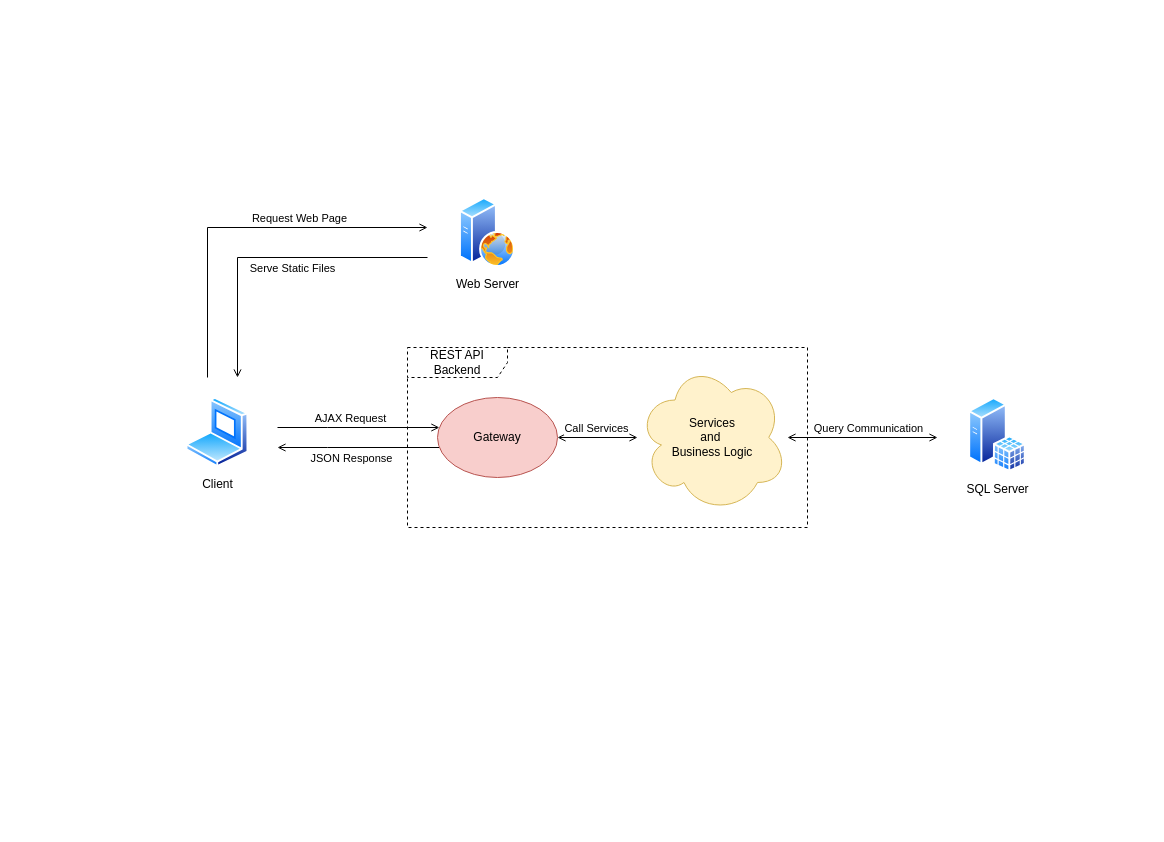
This is docs/Diagrams/SystemArchitecture.drawio from AlekseiTovkachev/shukersal-deal, a draw.io file, before an edit. Source tidied: cells renumbered, new cells numbered last; positions are measured from the earlier drawing's top-left corner, leaving out a move shared by most shapes. Both pictures are drawn from the tidied source at 100%, with x=0, y=0 at pixel (157, 187).
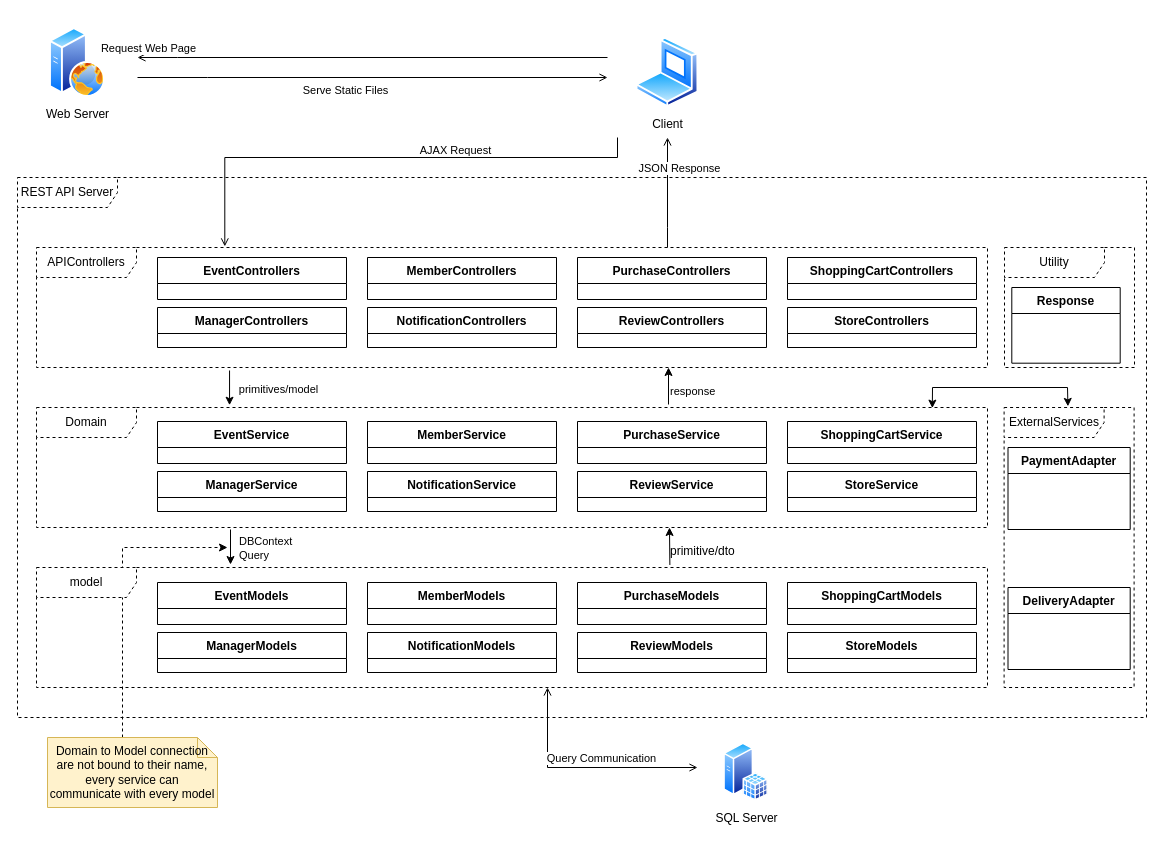
The same diagram, later.

Commit message (it also covers changes not shown here):
updated system architecture diagram

The change refers to these unchanged cells:
```xml
<mxCell id="3" style="rounded=0;whiteSpace=wrap;html=1;strokeColor=none;" parent="2" vertex="1">
  <mxGeometry width="120" height="120" as="geometry" />
</mxCell>
<mxCell id="6" style="rounded=0;whiteSpace=wrap;html=1;strokeColor=none;" parent="5" vertex="1">
  <mxGeometry width="120" height="120" as="geometry" />
</mxCell>
```

What changed in the source:
```diff
@@
     <mxCell id="2" style="group;strokeColor=none;" parent="1" vertex="1">
-      <mxGeometry y="190" width="120" height="120" as="geometry" />
+      <mxGeometry x="450" y="-170" width="120" height="120" as="geometry" />
     </mxCell>
@@
     <mxCell id="5" style="group;" parent="1" vertex="1">
-      <mxGeometry x="270" width="120" height="120" as="geometry" />
+      <mxGeometry x="-140" y="-170" width="120" height="120" as="geometry" />
     </mxCell>
@@
     <mxCell id="8" style="edgeStyle=orthogonalEdgeStyle;rounded=0;jettySize=auto;html=1;endArrow=open;endFill=0;" parent="1" edge="1" source="6" target="3">
       <mxGeometry relative="1" as="geometry">
         <Array as="points">
-          <mxPoint x="80" y="70" />
+          <mxPoint x="50" y="-110" />
+          <mxPoint x="50" y="-110" />
         </Array>
       </mxGeometry>
     </mxCell>
@@
     <mxCell id="10" style="edgeStyle=orthogonalEdgeStyle;rounded=0;jettySize=auto;html=1;endArrow=open;endFill=0;" parent="1" edge="1" source="3" target="6">
       <mxGeometry relative="1" as="geometry">
         <Array as="points">
-          <mxPoint x="50" y="40" />
+          <mxPoint x="20" y="-130" />
+          <mxPoint x="20" y="-130" />
         </Array>
       </mxGeometry>
     </mxCell>
@@
-    <mxCell id="12" style="edgeStyle=orthogonalEdgeStyle;rounded=0;jettySize=auto;html=1;startArrow=open;startFill=0;endArrow=open;endFill=0;" parent="1" edge="1" source="23" target="15">
-      <mxGeometry relative="1" as="geometry" />
+    <mxCell id="12" style="edgeStyle=orthogonalEdgeStyle;rounded=0;jettySize=auto;html=1;startArrow=open;startFill=0;endArrow=open;endFill=0;" parent="1" edge="1" target="15">
+      <mxGeometry relative="1" as="geometry">
+        <mxPoint x="390" y="500" as="sourcePoint" />
+        <Array as="points">
+          <mxPoint x="390" y="580" />
+        </Array>
+      </mxGeometry>
     </mxCell>
@@
-    <mxCell id="14" style="group;" parent="1" vertex="1">
-      <mxGeometry x="780" y="190" width="120" height="120" as="geometry" />
+    <mxCell id="14" style="group;flipV=1;" parent="1" vertex="1">
+      <mxGeometry x="540" y="540" width="101" height="93" as="geometry" />
     </mxCell>
     <mxCell id="15" style="rounded=0;whiteSpace=wrap;html=1;strokeColor=none;" parent="14" vertex="1">
-      <mxGeometry width="120" height="120" as="geometry" />
+      <mxGeometry width="101" height="93" as="geometry" />
     </mxCell>
     <mxCell id="16" value="SQL Server" style="image;perimeter=ellipsePerimeter;html=1;align=center;shadow=0;dashed=0;spacingTop=3;image=img/lib/active_directory/sql_server.svg;" parent="14" vertex="1">
-      <mxGeometry x="31.1" y="20" width="57.8" height="75" as="geometry" />
+      <mxGeometry x="26.2" y="15.5" width="44.8" height="58.1" as="geometry" />
     </mxCell>
-    <mxCell id="17" style="edgeStyle=orthogonalEdgeStyle;rounded=0;jettySize=auto;html=1;endArrow=open;endFill=0;" parent="1" edge="1" source="24" target="3">
+    <mxCell id="17" style="edgeStyle=orthogonalEdgeStyle;rounded=0;jettySize=auto;html=1;endArrow=open;endFill=0;" parent="1" edge="1" source="36" target="3">
       <mxGeometry relative="1" as="geometry">
         <Array as="points">
-          <mxPoint x="170" y="260" />
-          <mxPoint x="170" y="260" />
+          <mxPoint x="510" y="40" />
+          <mxPoint x="510" y="40" />
         </Array>
       </mxGeometry>
     </mxCell>
     <mxCell id="18" value="JSON Response" style="edgeLabel;html=1;align=center;verticalAlign=middle;" parent="17" vertex="1">
       <mxGeometry x="0.26" y="2" relative="1" as="geometry">
-        <mxPoint x="14" y="8" as="offset" />
+        <mxPoint x="13" y="-11" as="offset" />
       </mxGeometry>
     </mxCell>
-    <mxCell id="19" style="edgeStyle=orthogonalEdgeStyle;rounded=0;jettySize=auto;html=1;endArrow=open;endFill=0;startArrow=none;startFill=0;" parent="1" edge="1" source="3" target="24">
+    <mxCell id="19" style="edgeStyle=orthogonalEdgeStyle;rounded=0;jettySize=auto;html=1;endArrow=open;endFill=0;startArrow=none;startFill=0;entryX=0.198;entryY=-0.009;entryDx=0;entryDy=0;entryPerimeter=0;" parent="1" edge="1" source="3" target="36">
       <mxGeometry relative="1" as="geometry">
         <Array as="points">
-          <mxPoint x="170" y="240" />
-          <mxPoint x="170" y="240" />
+          <mxPoint x="460" y="-30" />
+          <mxPoint x="67" y="-30" />
         </Array>
       </mxGeometry>
     </mxCell>
@@
     <mxCell id="21" style="group;" parent="1" vertex="1">
-      <mxGeometry x="250" y="160" width="400" height="180" as="geometry" />
+      <mxGeometry x="-140" y="-10" width="1129" height="540" as="geometry" />
     </mxCell>
-    <mxCell id="22" value="REST API Backend" style="shape=umlFrame;whiteSpace=wrap;html=1;width=100;height=30;dashed=1;" parent="21" vertex="1">
-      <mxGeometry width="400" height="180" as="geometry" />
+    <mxCell id="22" value="REST API Server" style="shape=umlFrame;whiteSpace=wrap;html=1;width=100;height=30;dashed=1;" parent="21" vertex="1">
+      <mxGeometry width="1129" height="540" as="geometry" />
     </mxCell>
-    <mxCell id="23" value="Services&lt;br&gt;and&amp;nbsp;&lt;br&gt;Business Logic" style="ellipse;shape=cloud;whiteSpace=wrap;html=1;fillColor=#fff2cc;strokeColor=#d6b656;" parent="21" vertex="1">
-      <mxGeometry x="230" y="15" width="150" height="150" as="geometry" />
-    </mxCell>
-    <mxCell id="24" value="Gateway" style="ellipse;whiteSpace=wrap;html=1;fillColor=#f8cecc;strokeColor=#b85450;" parent="21" vertex="1">
-      <mxGeometry x="30" y="50" width="120" height="80" as="geometry" />
-    </mxCell>
-    <mxCell id="25" style="edgeStyle=orthogonalEdgeStyle;rounded=0;jettySize=auto;html=1;endArrow=open;endFill=0;startArrow=open;startFill=0;" parent="21" edge="1" source="24" target="23">
-      <mxGeometry relative="1" as="geometry" />
-    </mxCell>
-    <mxCell id="26" value="Call Services" style="edgeLabel;html=1;align=center;verticalAlign=middle;" parent="25" vertex="1">
-      <mxGeometry x="-0.28" y="-2" relative="1" as="geometry">
-        <mxPoint x="9" y="-12" as="offset" />
-      </mxGeometry>
-    </mxCell>
+    <mxCell id="27" value="primitives/model" style="edgeLabel;html=1;align=center;verticalAlign=middle;" parent="21" vertex="1">
+      <mxGeometry x="260.7" y="211" as="geometry" />
+    </mxCell>
+    <mxCell id="28" value="&lt;span style=&quot;color: rgb(0, 0, 0); font-family: Helvetica; font-size: 11px; font-style: normal; font-variant-ligatures: normal; font-variant-caps: normal; font-weight: 400; letter-spacing: normal; orphans: 2; text-align: center; text-indent: 0px; text-transform: none; widows: 2; word-spacing: 0px; -webkit-text-stroke-width: 0px; background-color: rgb(255, 255, 255); text-decoration-thickness: initial; text-decoration-style: initial; text-decoration-color: initial; float: none; display: inline !important;&quot;&gt;response&lt;/span&gt;" style="text;whiteSpace=wrap;html=1;" parent="21" vertex="1">
+      <mxGeometry x="651" y="200" width="111.9" height="40" as="geometry" />
+    </mxCell>
+    <mxCell id="29" value="primitive/dto" style="text;whiteSpace=wrap;html=1;" parent="21" vertex="1">
+      <mxGeometry x="651" y="360" width="122.1" height="40" as="geometry" />
+    </mxCell>
+    <mxCell id="30" value="&lt;span style=&quot;color: rgb(0, 0, 0); font-family: Helvetica; font-size: 11px; font-style: normal; font-variant-ligatures: normal; font-variant-caps: normal; font-weight: 400; letter-spacing: normal; orphans: 2; text-align: center; text-indent: 0px; text-transform: none; widows: 2; word-spacing: 0px; -webkit-text-stroke-width: 0px; background-color: rgb(255, 255, 255); text-decoration-thickness: initial; text-decoration-style: initial; text-decoration-color: initial; float: none; display: inline !important;&quot;&gt;DBContext Query&lt;/span&gt;" style="text;whiteSpace=wrap;html=1;" parent="21" vertex="1">
+      <mxGeometry x="220" y="350" width="81.4" height="40" as="geometry" />
+    </mxCell>
+    <mxCell id="31" style="group;" parent="21" vertex="1">
+      <mxGeometry x="986.6" y="230" width="130" height="280" as="geometry" />
+    </mxCell>
+    <mxCell id="32" value="ExternalServices" style="shape=umlFrame;whiteSpace=wrap;html=1;width=100;height=30;dashed=1;" parent="31" vertex="1">
+      <mxGeometry width="130" height="280" as="geometry" />
+    </mxCell>
+    <mxCell id="33" value="PaymentAdapter" style="swimlane;fontStyle=1;align=center;verticalAlign=top;horizontal=1;startSize=26;" parent="31" vertex="1">
+      <mxGeometry x="3.9" y="40" width="122.2" height="82" as="geometry" />
+    </mxCell>
+    <mxCell id="34" value="DeliveryAdapter" style="swimlane;fontStyle=1;align=center;verticalAlign=top;horizontal=1;startSize=26;" parent="31" vertex="1">
+      <mxGeometry x="3.9" y="180" width="122.2" height="82" as="geometry" />
+    </mxCell>
+    <mxCell id="35" style="group;" parent="1" vertex="1">
+      <mxGeometry x="-121" y="60" width="951" height="120" as="geometry" />
+    </mxCell>
+    <mxCell id="36" value="APIControllers" style="shape=umlFrame;whiteSpace=wrap;html=1;width=100;height=30;dashed=1;" parent="35" vertex="1">
+      <mxGeometry width="951" height="120" as="geometry" />
+    </mxCell>
+    <mxCell id="37" value="EventControllers" style="swimlane;fontStyle=1;align=center;verticalAlign=top;horizontal=1;startSize=26;" parent="35" vertex="1">
+      <mxGeometry x="121" y="10" width="189" height="42" as="geometry" />
+    </mxCell>
+    <mxCell id="38" value="ManagerControllers" style="swimlane;fontStyle=1;align=center;verticalAlign=top;horizontal=1;startSize=26;" parent="35" vertex="1">
+      <mxGeometry x="121" y="60" width="189" height="40" as="geometry" />
+    </mxCell>
+    <mxCell id="39" value="MemberControllers" style="swimlane;fontStyle=1;align=center;verticalAlign=top;horizontal=1;startSize=26;" parent="35" vertex="1">
+      <mxGeometry x="331" y="10" width="189" height="42" as="geometry" />
+    </mxCell>
+    <mxCell id="40" value="NotificationControllers" style="swimlane;fontStyle=1;align=center;verticalAlign=top;horizontal=1;startSize=26;" parent="35" vertex="1">
+      <mxGeometry x="331" y="60" width="189" height="40" as="geometry" />
+    </mxCell>
+    <mxCell id="41" value="PurchaseControllers" style="swimlane;fontStyle=1;align=center;verticalAlign=top;horizontal=1;startSize=26;" parent="35" vertex="1">
+      <mxGeometry x="541" y="10" width="189" height="42" as="geometry" />
+    </mxCell>
+    <mxCell id="42" value="ReviewControllers" style="swimlane;fontStyle=1;align=center;verticalAlign=top;horizontal=1;startSize=26;" parent="35" vertex="1">
+      <mxGeometry x="541" y="60" width="189" height="40" as="geometry" />
+    </mxCell>
+    <mxCell id="43" value="ShoppingCartControllers" style="swimlane;fontStyle=1;align=center;verticalAlign=top;horizontal=1;startSize=26;" parent="35" vertex="1">
+      <mxGeometry x="751" y="10" width="189" height="42" as="geometry" />
+    </mxCell>
+    <mxCell id="44" value="StoreControllers" style="swimlane;fontStyle=1;align=center;verticalAlign=top;horizontal=1;startSize=26;" parent="35" vertex="1">
+      <mxGeometry x="751" y="60" width="189" height="40" as="geometry" />
+    </mxCell>
+    <mxCell id="45" style="group;" parent="1" vertex="1">
+      <mxGeometry x="-121" y="220" width="951" height="120" as="geometry" />
+    </mxCell>
+    <mxCell id="46" value="Domain" style="shape=umlFrame;whiteSpace=wrap;html=1;width=100;height=30;dashed=1;" parent="45" vertex="1">
+      <mxGeometry width="951" height="120" as="geometry" />
+    </mxCell>
+    <mxCell id="47" value="EventService" style="swimlane;fontStyle=1;align=center;verticalAlign=top;horizontal=1;startSize=26;" parent="45" vertex="1">
+      <mxGeometry x="121" y="14" width="189" height="42" as="geometry" />
+    </mxCell>
+    <mxCell id="48" value="ManagerService" style="swimlane;fontStyle=1;align=center;verticalAlign=top;horizontal=1;startSize=26;" parent="45" vertex="1">
+      <mxGeometry x="121" y="64" width="189" height="40" as="geometry" />
+    </mxCell>
+    <mxCell id="49" value="MemberService" style="swimlane;fontStyle=1;align=center;verticalAlign=top;horizontal=1;startSize=26;" parent="45" vertex="1">
+      <mxGeometry x="331" y="14" width="189" height="42" as="geometry" />
+    </mxCell>
+    <mxCell id="50" value="NotificationService" style="swimlane;fontStyle=1;align=center;verticalAlign=top;horizontal=1;startSize=26;" parent="45" vertex="1">
+      <mxGeometry x="331" y="64" width="189" height="40" as="geometry" />
+    </mxCell>
+    <mxCell id="51" value="PurchaseService" style="swimlane;fontStyle=1;align=center;verticalAlign=top;horizontal=1;startSize=26;" parent="45" vertex="1">
+      <mxGeometry x="541" y="14" width="189" height="42" as="geometry" />
+    </mxCell>
+    <mxCell id="52" value="ReviewService" style="swimlane;fontStyle=1;align=center;verticalAlign=top;horizontal=1;startSize=26;" parent="45" vertex="1">
+      <mxGeometry x="541" y="64" width="189" height="40" as="geometry" />
+    </mxCell>
+    <mxCell id="53" value="ShoppingCartService" style="swimlane;fontStyle=1;align=center;verticalAlign=top;horizontal=1;startSize=26;" parent="45" vertex="1">
+      <mxGeometry x="751" y="14" width="189" height="42" as="geometry" />
+    </mxCell>
+    <mxCell id="54" value="StoreService" style="swimlane;fontStyle=1;align=center;verticalAlign=top;horizontal=1;startSize=26;" parent="45" vertex="1">
+      <mxGeometry x="751" y="64" width="189" height="40" as="geometry" />
+    </mxCell>
+    <mxCell id="55" style="edgeStyle=orthogonalEdgeStyle;rounded=0;jettySize=auto;html=1;dashed=1;exitX=0;exitY=0;exitDx=75;exitDy=0;exitPerimeter=0;" parent="45" edge="1" source="74">
+      <mxGeometry relative="1" as="geometry">
+        <mxPoint x="191" y="140" as="targetPoint" />
+        <Array as="points">
+          <mxPoint x="86" y="140" />
+        </Array>
+      </mxGeometry>
+    </mxCell>
+    <mxCell id="56" style="group;" parent="1" vertex="1">
+      <mxGeometry x="-121" y="380" width="951" height="120" as="geometry" />
+    </mxCell>
+    <mxCell id="57" value="model" style="shape=umlFrame;whiteSpace=wrap;html=1;width=100;height=30;dashed=1;" parent="56" vertex="1">
+      <mxGeometry width="951" height="120" as="geometry" />
+    </mxCell>
+    <mxCell id="58" value="EventModels" style="swimlane;fontStyle=1;align=center;verticalAlign=top;horizontal=1;startSize=26;" parent="56" vertex="1">
+      <mxGeometry x="121" y="15" width="189" height="42" as="geometry" />
+    </mxCell>
+    <mxCell id="59" value="ManagerModels" style="swimlane;fontStyle=1;align=center;verticalAlign=top;horizontal=1;startSize=26;" parent="56" vertex="1">
+      <mxGeometry x="121" y="65" width="189" height="40" as="geometry" />
+    </mxCell>
+    <mxCell id="60" value="MemberModels" style="swimlane;fontStyle=1;align=center;verticalAlign=top;horizontal=1;startSize=26;" parent="56" vertex="1">
+      <mxGeometry x="331" y="15" width="189" height="42" as="geometry" />
+    </mxCell>
+    <mxCell id="61" value="NotificationModels" style="swimlane;fontStyle=1;align=center;verticalAlign=top;horizontal=1;startSize=26;" parent="56" vertex="1">
+      <mxGeometry x="331" y="65" width="189" height="40" as="geometry" />
+    </mxCell>
+    <mxCell id="62" value="PurchaseModels" style="swimlane;fontStyle=1;align=center;verticalAlign=top;horizontal=1;startSize=26;" parent="56" vertex="1">
+      <mxGeometry x="541" y="15" width="189" height="42" as="geometry" />
+    </mxCell>
+    <mxCell id="63" value="ReviewModels" style="swimlane;fontStyle=1;align=center;verticalAlign=top;horizontal=1;startSize=26;" parent="56" vertex="1">
+      <mxGeometry x="541" y="65" width="189" height="40" as="geometry" />
+    </mxCell>
+    <mxCell id="64" value="ShoppingCartModels" style="swimlane;fontStyle=1;align=center;verticalAlign=top;horizontal=1;startSize=26;" parent="56" vertex="1">
+      <mxGeometry x="751" y="15" width="189" height="42" as="geometry" />
+    </mxCell>
+    <mxCell id="65" value="StoreModels" style="swimlane;fontStyle=1;align=center;verticalAlign=top;horizontal=1;startSize=26;" parent="56" vertex="1">
+      <mxGeometry x="751" y="65" width="189" height="40" as="geometry" />
+    </mxCell>
+    <mxCell id="66" style="edgeStyle=orthogonalEdgeStyle;rounded=0;jettySize=auto;html=1;entryX=0.203;entryY=-0.019;entryDx=0;entryDy=0;entryPerimeter=0;exitX=0.203;exitY=1.025;exitDx=0;exitDy=0;exitPerimeter=0;" parent="1" edge="1" source="36" target="46">
+      <mxGeometry relative="1" as="geometry" />
+    </mxCell>
+    <mxCell id="67" style="edgeStyle=orthogonalEdgeStyle;rounded=0;orthogonalLoop=1;jettySize=auto;html=1;entryX=0.203;entryY=-0.019;entryDx=0;entryDy=0;entryPerimeter=0;exitX=0.203;exitY=1.025;exitDx=0;exitDy=0;exitPerimeter=0;" parent="1" edge="1">
+      <mxGeometry relative="1" as="geometry">
+        <mxPoint x="73" y="342" as="sourcePoint" />
+        <mxPoint x="73" y="377" as="targetPoint" />
+      </mxGeometry>
+    </mxCell>
+    <mxCell id="68" style="endArrow=classic;html=1;rounded=0;exitX=0.666;exitY=-0.021;exitDx=0;exitDy=0;exitPerimeter=0;" parent="1" edge="1" source="57">
+      <mxGeometry relative="1" as="geometry">
+        <mxPoint x="512" y="340" as="targetPoint" />
+      </mxGeometry>
+    </mxCell>
+    <mxCell id="69" style="endArrow=classic;html=1;rounded=0;exitX=0.666;exitY=-0.021;exitDx=0;exitDy=0;exitPerimeter=0;" parent="1" edge="1">
+      <mxGeometry relative="1" as="geometry">
+        <mxPoint x="511" y="217" as="sourcePoint" />
+        <mxPoint x="511" y="180" as="targetPoint" />
+      </mxGeometry>
+    </mxCell>
+    <mxCell id="70" style="group;" parent="1" vertex="1">
+      <mxGeometry x="847" y="60" width="123" height="120" as="geometry" />
+    </mxCell>
+    <mxCell id="71" value="Utility" style="shape=umlFrame;whiteSpace=wrap;html=1;width=100;height=30;dashed=1;" parent="70" vertex="1">
+      <mxGeometry width="130" height="120" as="geometry" />
+    </mxCell>
+    <mxCell id="72" value="Response" style="swimlane;fontStyle=1;align=center;verticalAlign=top;horizontal=1;startSize=26;" parent="70" vertex="1">
+      <mxGeometry x="7.3" y="40" width="108.4" height="75.7" as="geometry" />
+    </mxCell>
+    <mxCell id="73" style="endArrow=classic;startArrow=classic;html=1;rounded=0;exitX=0.942;exitY=0.005;exitDx=0;exitDy=0;exitPerimeter=0;entryX=0.491;entryY=-0.004;entryDx=0;entryDy=0;entryPerimeter=0;" parent="1" edge="1" source="46" target="32">
+      <mxGeometry relative="1" as="geometry">
+        <Array as="points">
+          <mxPoint x="775" y="200" />
+          <mxPoint x="910" y="200" />
+        </Array>
+      </mxGeometry>
+    </mxCell>
+    <mxCell id="74" value="Domain to Model connection are not bound to their name, every service can communicate with every model" style="shape=note;size=20;whiteSpace=wrap;html=1;fillColor=#fff2cc;strokeColor=#d6b656;" parent="1" vertex="1">
+      <mxGeometry x="-110" y="550" width="170" height="70" as="geometry" />
+    </mxCell>
```
